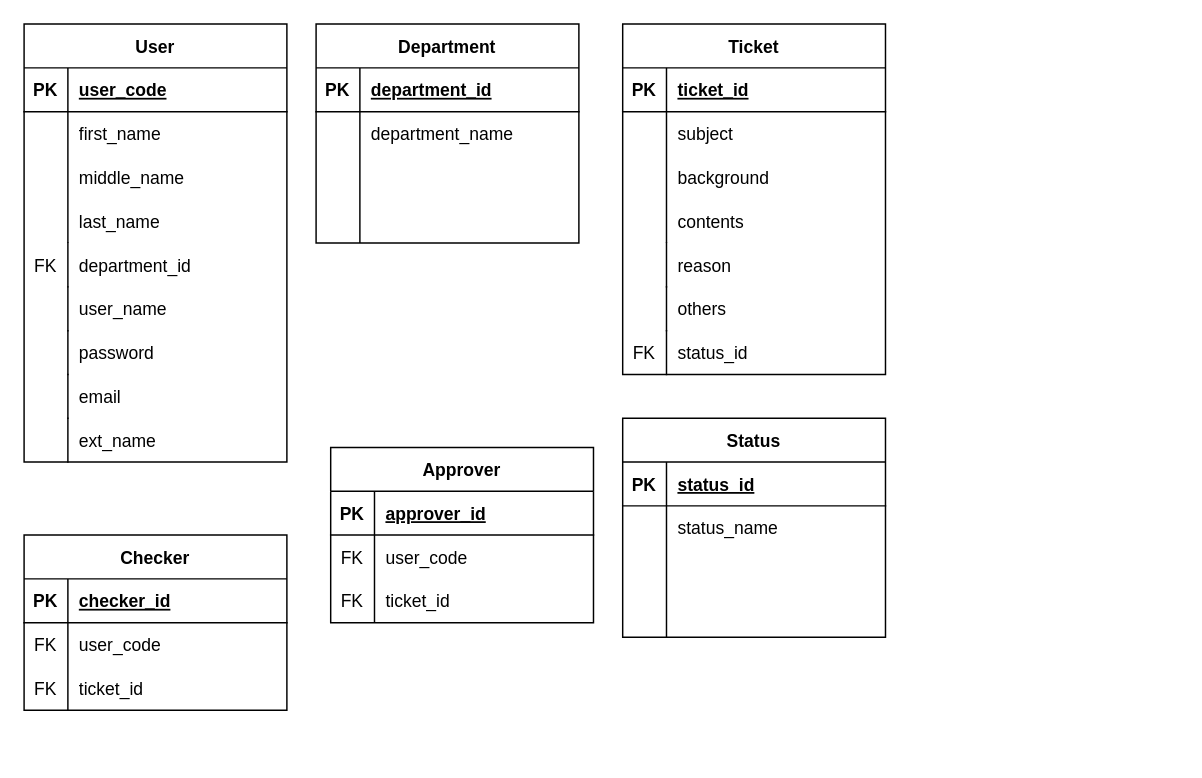
This is diagrams/ERD.drawio from JRCRT/ticketing_system, a draw.io file, before an edit. Source tidied: cells renumbered, new cells numbered last; positions are measured from the earlier drawing's top-left corner, leaving out a move shared by most shapes. Both pictures are drawn from the tidied source at 146%, with x=0, y=0 at pixel (23, 23).
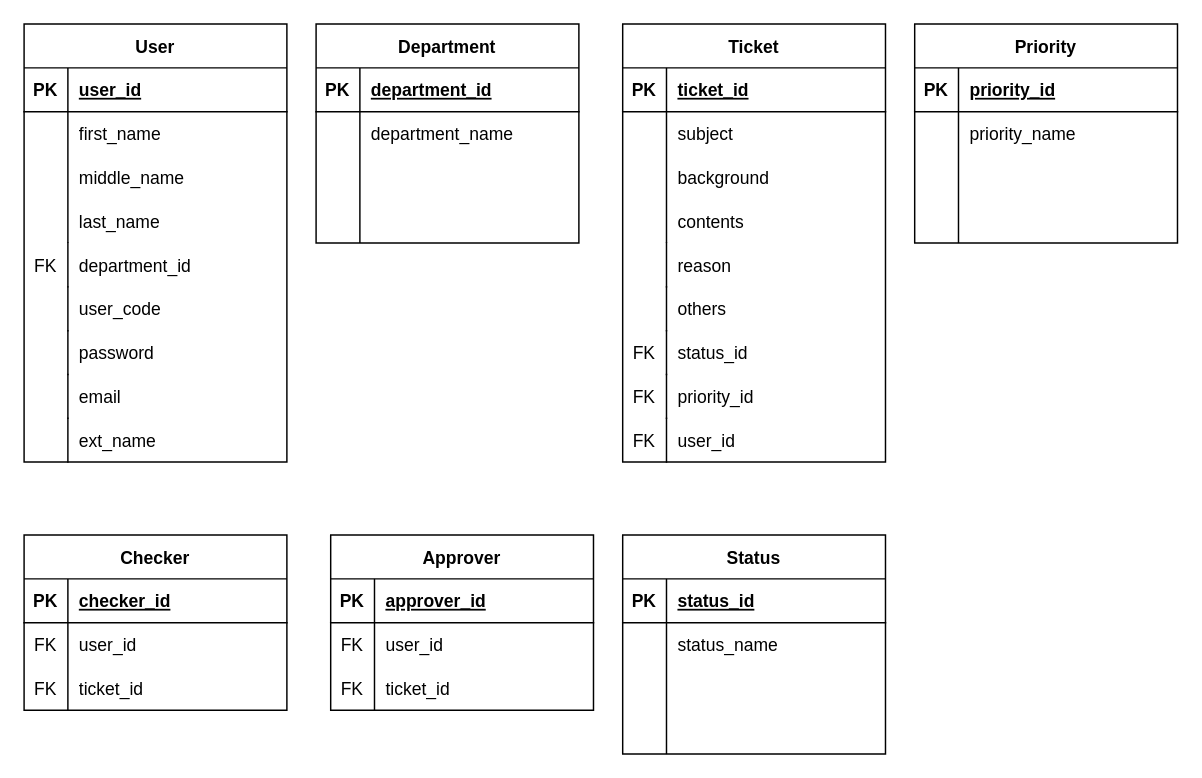
Above is the later version.

The change refers to these unchanged cells:
```xml
<mxCell id="3" style="shape=tableRow;horizontal=0;startSize=0;swimlaneHead=0;swimlaneBody=0;fillColor=none;top=0;left=0;right=0;bottom=1;" parent="2" vertex="1">
  <mxGeometry y="30" width="180" height="30" as="geometry" />
</mxCell>
<mxCell id="56" style="shape=tableRow;horizontal=0;startSize=0;swimlaneHead=0;swimlaneBody=0;fillColor=none;top=0;left=0;right=0;bottom=0;" parent="52" vertex="1">
  <mxGeometry y="60" width="180" height="30" as="geometry" />
</mxCell>
<mxCell id="66" style="shape=tableRow;horizontal=0;startSize=0;swimlaneHead=0;swimlaneBody=0;fillColor=none;top=0;left=0;right=0;bottom=0;" parent="62" vertex="1">
  <mxGeometry y="60" width="180" height="30" as="geometry" />
</mxCell>
```

Change to the diagram source:
```diff
@@
-    <mxCell id="5" value="user_code" style="shape=partialRectangle;fillColor=none;top=0;left=0;bottom=0;right=0;align=left;spacingLeft=6;fontStyle=5;overflow=hidden;" parent="3" vertex="1">
+    <mxCell id="5" value="user_id" style="shape=partialRectangle;fillColor=none;top=0;left=0;bottom=0;right=0;align=left;spacingLeft=6;fontStyle=5;overflow=hidden;" parent="3" vertex="1">
       <mxGeometry x="30" width="150" height="30" as="geometry" />
     </mxCell>
@@
-    <mxCell id="31" value="user_name" style="shape=partialRectangle;fillColor=none;top=0;left=1;bottom=0;right=0;align=left;spacingLeft=6;overflow=hidden;" parent="1" vertex="1">
+    <mxCell id="31" value="user_code" style="shape=partialRectangle;fillColor=none;top=0;left=1;bottom=0;right=0;align=left;spacingLeft=6;overflow=hidden;" parent="1" vertex="1">
       <mxGeometry x="30" y="180" width="150" height="30" as="geometry" />
     </mxCell>
@@
     <mxCell id="33" value="Ticket" style="shape=table;startSize=30;childLayout=tableLayout;rowLines=0;fontStyle=1;align=center;" parent="1" vertex="1">
-      <mxGeometry x="410" width="180" height="240" as="geometry" />
+      <mxGeometry x="410" width="180" height="300" as="geometry" />
     </mxCell>
@@
-    <mxCell id="58" value="user_code" style="shape=partialRectangle;fillColor=none;top=0;left=0;bottom=0;right=0;align=left;spacingLeft=6;overflow=hidden;" parent="56" vertex="1">
+    <mxCell id="58" value="user_id" style="shape=partialRectangle;fillColor=none;top=0;left=0;bottom=0;right=0;align=left;spacingLeft=6;overflow=hidden;" parent="56" vertex="1">
       <mxGeometry x="30" width="150" height="30" as="geometry" />
     </mxCell>
@@
     <mxCell id="62" value="Approver" style="shape=table;startSize=30;childLayout=tableLayout;rowLines=0;fontStyle=1;align=center;" parent="1" vertex="1">
-      <mxGeometry x="210" y="290" width="180" height="120" as="geometry" />
+      <mxGeometry x="210" y="350" width="180" height="120" as="geometry" />
     </mxCell>
@@
-    <mxCell id="68" value="user_code" style="shape=partialRectangle;fillColor=none;top=0;left=0;bottom=0;right=0;align=left;spacingLeft=6;overflow=hidden;" parent="66" vertex="1">
+    <mxCell id="68" value="user_id" style="shape=partialRectangle;fillColor=none;top=0;left=0;bottom=0;right=0;align=left;spacingLeft=6;overflow=hidden;" parent="66" vertex="1">
       <mxGeometry x="30" width="150" height="30" as="geometry" />
     </mxCell>
@@
     <mxCell id="75" value="Status" style="shape=table;startSize=30;childLayout=tableLayout;rowLines=0;fontStyle=1;align=center;" parent="1" vertex="1">
-      <mxGeometry x="410" y="270" width="180" height="150" as="geometry" />
+      <mxGeometry x="410" y="350" width="180" height="150" as="geometry" />
     </mxCell>
@@
+    <mxCell id="90" value="Priority" style="shape=table;startSize=30;childLayout=tableLayout;rowLines=0;fontStyle=1;align=center;" parent="1" vertex="1">
+      <mxGeometry x="610" width="180" height="150" as="geometry" />
+    </mxCell>
+    <mxCell id="91" style="shape=tableRow;horizontal=0;startSize=0;swimlaneHead=0;swimlaneBody=0;fillColor=none;top=0;left=0;right=0;bottom=1;" parent="90" vertex="1">
+      <mxGeometry y="30" width="180" height="30" as="geometry" />
+    </mxCell>
+    <mxCell id="92" value="PK" style="shape=partialRectangle;fillColor=none;top=0;left=0;bottom=0;right=0;fontStyle=1;overflow=hidden;" parent="91" vertex="1">
+      <mxGeometry width="30" height="30" as="geometry" />
+    </mxCell>
+    <mxCell id="93" value="priority_id" style="shape=partialRectangle;fillColor=none;top=0;left=0;bottom=0;right=0;align=left;spacingLeft=6;fontStyle=5;overflow=hidden;" parent="91" vertex="1">
+      <mxGeometry x="30" width="150" height="30" as="geometry" />
+    </mxCell>
+    <mxCell id="94" style="shape=tableRow;horizontal=0;startSize=0;swimlaneHead=0;swimlaneBody=0;fillColor=none;top=0;left=0;right=0;bottom=0;" parent="90" vertex="1">
+      <mxGeometry y="60" width="180" height="30" as="geometry" />
+    </mxCell>
+    <mxCell id="95" style="shape=partialRectangle;fillColor=none;top=0;left=0;bottom=0;right=0;overflow=hidden;" parent="94" vertex="1">
+      <mxGeometry width="30" height="30" as="geometry" />
+    </mxCell>
+    <mxCell id="96" value="priority_name" style="shape=partialRectangle;fillColor=none;top=0;left=0;bottom=0;right=0;align=left;spacingLeft=6;overflow=hidden;" parent="94" vertex="1">
+      <mxGeometry x="30" width="150" height="30" as="geometry" />
+    </mxCell>
+    <mxCell id="97" style="shape=tableRow;horizontal=0;startSize=0;swimlaneHead=0;swimlaneBody=0;fillColor=none;top=0;left=0;right=0;bottom=0;" parent="90" vertex="1">
+      <mxGeometry y="90" width="180" height="30" as="geometry" />
+    </mxCell>
+    <mxCell id="98" style="shape=partialRectangle;fillColor=none;top=0;left=0;bottom=0;right=0;overflow=hidden;" parent="97" vertex="1">
+      <mxGeometry width="30" height="30" as="geometry" />
+    </mxCell>
+    <mxCell id="99" style="shape=partialRectangle;fillColor=none;top=0;left=0;bottom=0;right=0;align=left;spacingLeft=6;overflow=hidden;" parent="97" vertex="1">
+      <mxGeometry x="30" width="150" height="30" as="geometry" />
+    </mxCell>
+    <mxCell id="100" style="shape=tableRow;horizontal=0;startSize=0;swimlaneHead=0;swimlaneBody=0;fillColor=none;top=0;left=0;right=0;bottom=0;" parent="90" vertex="1">
+      <mxGeometry y="120" width="180" height="30" as="geometry" />
+    </mxCell>
+    <mxCell id="101" style="shape=partialRectangle;fillColor=none;top=0;left=0;bottom=0;right=0;overflow=hidden;" parent="100" vertex="1">
+      <mxGeometry width="30" height="30" as="geometry" />
+    </mxCell>
+    <mxCell id="102" style="shape=partialRectangle;fillColor=none;top=0;left=0;bottom=0;right=0;align=left;spacingLeft=6;overflow=hidden;" parent="100" vertex="1">
+      <mxGeometry x="30" width="150" height="30" as="geometry" />
+    </mxCell>
+    <mxCell id="103" value="priority_id" style="shape=partialRectangle;fillColor=none;top=0;left=1;bottom=0;right=0;align=left;spacingLeft=6;overflow=hidden;" parent="1" vertex="1">
+      <mxGeometry x="440" y="240" width="150" height="30" as="geometry" />
+    </mxCell>
+    <mxCell id="104" value="FK" style="shape=partialRectangle;fillColor=none;top=0;left=0;bottom=0;right=0;overflow=hidden;" parent="1" vertex="1">
+      <mxGeometry x="410" y="240" width="30" height="30" as="geometry" />
+    </mxCell>
+    <mxCell id="105" value="FK" style="shape=partialRectangle;fillColor=none;top=0;left=0;bottom=0;right=0;overflow=hidden;" parent="1" vertex="1">
+      <mxGeometry x="410" y="270" width="30" height="30" as="geometry" />
+    </mxCell>
+    <mxCell id="106" value="user_id" style="shape=partialRectangle;fillColor=none;top=0;left=1;bottom=0;right=0;align=left;spacingLeft=6;overflow=hidden;" parent="1" vertex="1">
+      <mxGeometry x="440" y="270" width="150" height="30" as="geometry" />
+    </mxCell>
```
